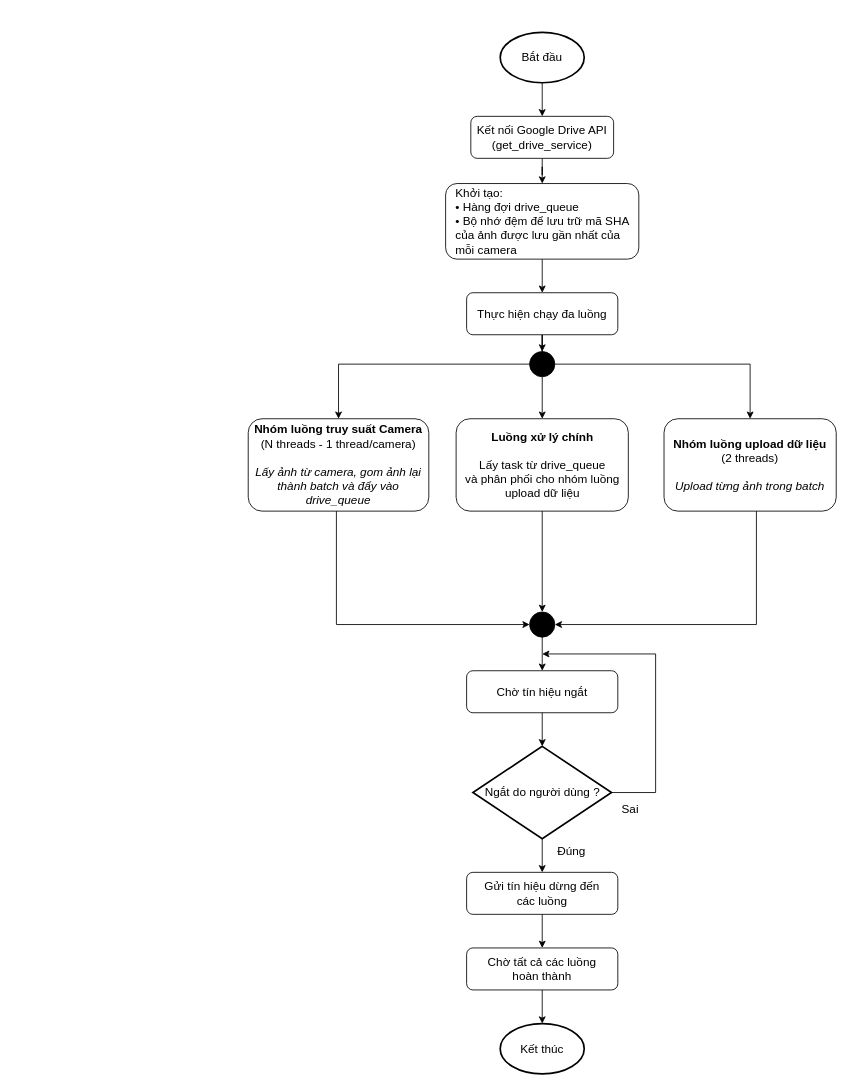
Above: fig/drawio/upload_raw_images.drawio in Denzaro/DATN_Thesis (draw.io), before the change. Source tidied: cells renumbered, new cells numbered last; positions are measured from the earlier drawing's top-left corner, leaving out a move shared by most shapes. Both pictures are drawn from the tidied source at 84%, with x=0, y=0 at pixel (248, 32).
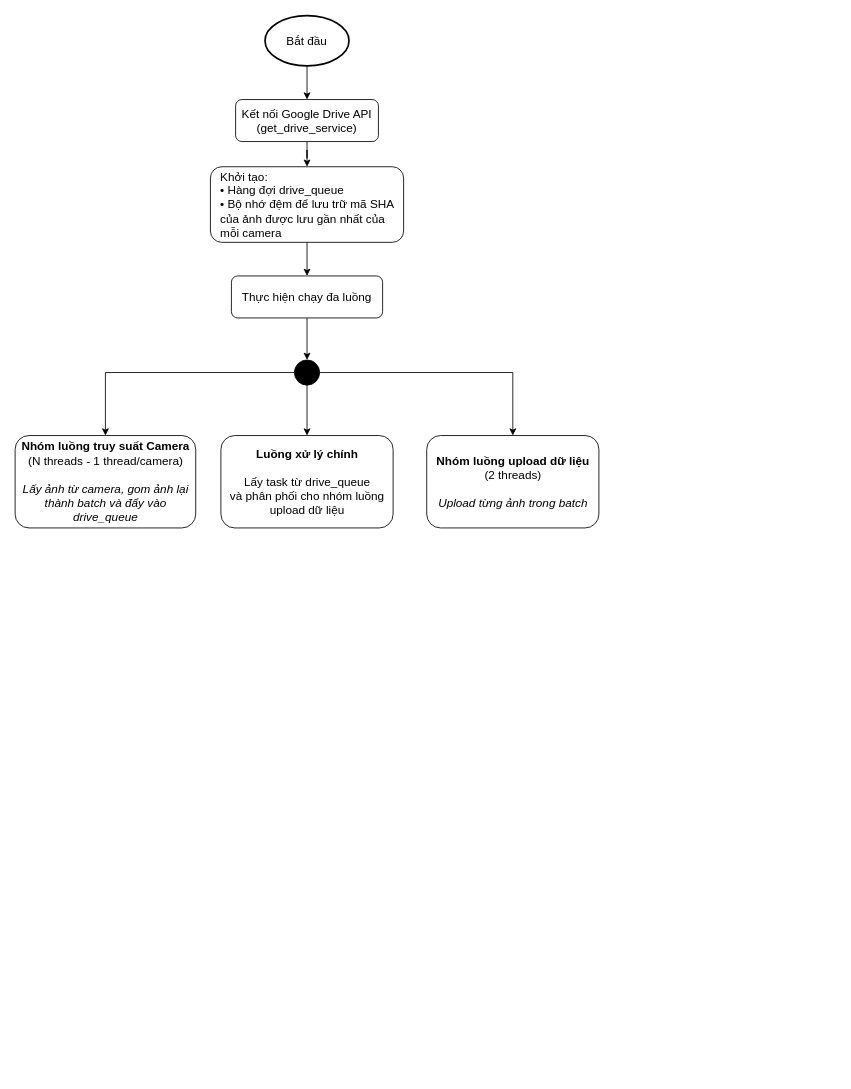
Above is the later version.

Change to the diagram source:
```diff
@@
     <mxCell id="3" value="Bắt đầu" style="strokeWidth=2;html=1;shape=mxgraph.flowchart.start_1;whiteSpace=wrap;fontSize=14;" parent="1" vertex="1">
-      <mxGeometry x="300" width="100" height="60" as="geometry" />
+      <mxGeometry x="20" y="-20" width="100" height="60" as="geometry" />
     </mxCell>
@@
     <mxCell id="5" value="Kết nối Google Drive API&lt;br&gt;(get_drive_service)" style="rounded=1;whiteSpace=wrap;html=1;fontSize=14;" parent="1" vertex="1">
-      <mxGeometry x="265" y="100" width="170" height="50" as="geometry" />
+      <mxGeometry x="-15" y="80" width="170" height="50" as="geometry" />
     </mxCell>
@@
     <mxCell id="7" value="Khởi tạo:&lt;br&gt;• Hàng đợi drive_queue&lt;br&gt;• Bộ nhớ đệm để lưu trữ mã SHA của ảnh được lưu gần nhất của mỗi camera" style="rounded=1;whiteSpace=wrap;html=1;fontSize=14;align=left;spacingLeft=10;" parent="1" vertex="1">
-      <mxGeometry x="235" y="180" width="230" height="90" as="geometry" />
+      <mxGeometry x="-45" y="160" width="230" height="90" as="geometry" />
     </mxCell>
-    <mxCell id="8" style="edgeStyle=orthogonalEdgeStyle;rounded=0;jettySize=auto;html=1;" parent="1" edge="1" source="9" target="16">
-      <mxGeometry relative="1" as="geometry" />
-    </mxCell>
     <mxCell id="9" value="Thực hiện chạy đa luồng" style="rounded=1;whiteSpace=wrap;html=1;fontSize=14;" parent="1" vertex="1">
-      <mxGeometry x="260" y="310" width="180" height="50" as="geometry" />
+      <mxGeometry x="-20" y="290" width="180" height="50" as="geometry" />
     </mxCell>
     <mxCell id="10" value="&lt;b&gt;Nhóm luồng truy suất Camera&lt;/b&gt;&lt;br&gt;(N threads - 1 thread/camera)&lt;br&gt;&lt;br&gt;&lt;i&gt;Lấy ảnh từ camera, gom ảnh lại thành batch và đẩy vào drive_queue&lt;/i&gt;" style="rounded=1;whiteSpace=wrap;html=1;fontSize=14;" parent="1" vertex="1">
-      <mxGeometry y="460" width="215" height="110" as="geometry" />
+      <mxGeometry x="-277.5" y="480" width="215" height="110" as="geometry" />
     </mxCell>
     <mxCell id="11" value="&lt;b&gt;Luồng xử lý chính&lt;/b&gt;&lt;br&gt;&lt;br&gt;Lấy task từ drive_queue&lt;br&gt;và phân phối cho nhóm luồng &lt;br&gt;upload dữ liệu" style="rounded=1;whiteSpace=wrap;html=1;fontSize=14;" parent="1" vertex="1">
-      <mxGeometry x="247.5" y="460" width="205" height="110" as="geometry" />
+      <mxGeometry x="-32.5" y="480" width="205" height="110" as="geometry" />
     </mxCell>
     <mxCell id="12" value="&lt;b&gt;Nhóm luồng upload dữ liệu&lt;/b&gt;&lt;br&gt;(2 threads)&lt;br&gt;&lt;br&gt;&lt;i&gt;Upload từng ảnh trong batch&lt;/i&gt;" style="rounded=1;whiteSpace=wrap;html=1;fontSize=14;" parent="1" vertex="1">
-      <mxGeometry x="495" y="460" width="205" height="110" as="geometry" />
+      <mxGeometry x="212.5" y="480" width="205" height="110" as="geometry" />
     </mxCell>
@@
     <mxCell id="16" style="verticalLabelPosition=bottom;verticalAlign=top;html=1;shape=mxgraph.flowchart.on-page_reference;fillColor=light-dark(#000000,#FFFFFF);" parent="1" vertex="1">
-      <mxGeometry x="335" y="380" width="30" height="30" as="geometry" />
+      <mxGeometry x="55" y="390" width="30" height="30" as="geometry" />
     </mxCell>
-    <mxCell id="17" style="edgeStyle=orthogonalEdgeStyle;rounded=0;jettySize=auto;html=1;entryX=0.5;entryY=0;entryDx=0;entryDy=0;" parent="1" edge="1" source="18" target="25">
-      <mxGeometry relative="1" as="geometry" />
-    </mxCell>
-    <mxCell id="18" style="verticalLabelPosition=bottom;verticalAlign=top;html=1;shape=mxgraph.flowchart.on-page_reference;fillColor=light-dark(#000000,#FFFFFF);" parent="1" vertex="1">
-      <mxGeometry x="335" y="690" width="30" height="30" as="geometry" />
-    </mxCell>
-    <mxCell id="19" style="edgeStyle=orthogonalEdgeStyle;rounded=0;jettySize=auto;html=1;entryX=0;entryY=0.5;entryDx=0;entryDy=0;entryPerimeter=0;" parent="1" edge="1" source="10" target="18">
-      <mxGeometry relative="1" as="geometry">
-        <Array as="points">
-          <mxPoint x="105" y="705" />
-        </Array>
-      </mxGeometry>
-    </mxCell>
-    <mxCell id="20" style="edgeStyle=orthogonalEdgeStyle;rounded=0;jettySize=auto;html=1;entryX=0.5;entryY=0;entryDx=0;entryDy=0;entryPerimeter=0;" parent="1" edge="1" source="11" target="18">
-      <mxGeometry relative="1" as="geometry" />
-    </mxCell>
-    <mxCell id="21" style="edgeStyle=orthogonalEdgeStyle;rounded=0;jettySize=auto;html=1;entryX=1;entryY=0.5;entryDx=0;entryDy=0;entryPerimeter=0;" parent="1" edge="1" source="12" target="18">
-      <mxGeometry relative="1" as="geometry">
-        <Array as="points">
-          <mxPoint x="605" y="705" />
-        </Array>
-      </mxGeometry>
-    </mxCell>
-    <mxCell id="22" style="edgeStyle=orthogonalEdgeStyle;rounded=0;jettySize=auto;html=1;entryX=0.5;entryY=0;entryDx=0;entryDy=0;" parent="1" edge="1" source="24" target="28">
-      <mxGeometry relative="1" as="geometry" />
-    </mxCell>
-    <mxCell id="23" style="edgeStyle=orthogonalEdgeStyle;rounded=0;jettySize=auto;html=1;" parent="1" edge="1" source="24">
-      <mxGeometry relative="1" as="geometry">
-        <mxPoint x="350" y="740" as="targetPoint" />
-        <Array as="points">
-          <mxPoint x="485" y="905" />
-          <mxPoint x="485" y="740" />
-        </Array>
-      </mxGeometry>
-    </mxCell>
-    <mxCell id="24" value="&lt;font style=&quot;font-size: 14px;&quot;&gt;Ngắt do người dùng ?&lt;/font&gt;" style="strokeWidth=2;html=1;shape=mxgraph.flowchart.decision;whiteSpace=wrap;" parent="1" vertex="1">
-      <mxGeometry x="267.5" y="850" width="165" height="110" as="geometry" />
-    </mxCell>
-    <mxCell id="25" value="Chờ tín hiệu ngắt" style="rounded=1;whiteSpace=wrap;html=1;fontSize=14;" parent="1" vertex="1">
-      <mxGeometry x="260" y="760" width="180" height="50" as="geometry" />
-    </mxCell>
-    <mxCell id="26" style="edgeStyle=orthogonalEdgeStyle;rounded=0;jettySize=auto;html=1;entryX=0.5;entryY=0;entryDx=0;entryDy=0;entryPerimeter=0;" parent="1" edge="1" source="25" target="24">
-      <mxGeometry relative="1" as="geometry" />
-    </mxCell>
-    <mxCell id="27" style="edgeStyle=orthogonalEdgeStyle;rounded=0;jettySize=auto;html=1;entryX=0.5;entryY=0;entryDx=0;entryDy=0;" parent="1" edge="1" source="28" target="29">
-      <mxGeometry relative="1" as="geometry" />
-    </mxCell>
-    <mxCell id="28" value="Gửi tín hiệu dừng đến &lt;br&gt;các luồng" style="rounded=1;whiteSpace=wrap;html=1;fontSize=14;" parent="1" vertex="1">
-      <mxGeometry x="260" y="1000" width="180" height="50" as="geometry" />
-    </mxCell>
-    <mxCell id="29" value="Chờ tất cả các luồng &lt;br&gt;hoàn thành" style="rounded=1;whiteSpace=wrap;html=1;fontSize=14;" parent="1" vertex="1">
-      <mxGeometry x="260" y="1090" width="180" height="50" as="geometry" />
-    </mxCell>
-    <mxCell id="30" value="Kết thúc" style="strokeWidth=2;html=1;shape=mxgraph.flowchart.start_1;whiteSpace=wrap;fontSize=14;" parent="1" vertex="1">
-      <mxGeometry x="300" y="1180" width="100" height="60" as="geometry" />
-    </mxCell>
-    <mxCell id="31" style="edgeStyle=orthogonalEdgeStyle;rounded=0;jettySize=auto;html=1;entryX=0.5;entryY=0;entryDx=0;entryDy=0;entryPerimeter=0;" parent="1" edge="1" source="29" target="30">
-      <mxGeometry relative="1" as="geometry" />
-    </mxCell>
-    <mxCell id="32" value="Đúng" style="text;html=1;whiteSpace=wrap;strokeColor=none;fillColor=none;align=center;verticalAlign=middle;rounded=0;fontSize=14;" parent="1" vertex="1">
-      <mxGeometry x="355" y="960" width="60" height="30" as="geometry" />
-    </mxCell>
-    <mxCell id="33" value="Sai" style="text;html=1;whiteSpace=wrap;strokeColor=none;fillColor=none;align=center;verticalAlign=middle;rounded=0;fontSize=14;" parent="1" vertex="1">
-      <mxGeometry x="435" y="910" width="40" height="30" as="geometry" />
-    </mxCell>
+    <mxCell id="8" style="edgeStyle=orthogonalEdgeStyle;rounded=0;jettySize=auto;html=1;entryX=0.5;entryY=0;entryDx=0;entryDy=0;entryPerimeter=0;" parent="1" edge="1" source="9" target="16">
+      <mxGeometry relative="1" as="geometry" />
+    </mxCell>
```
